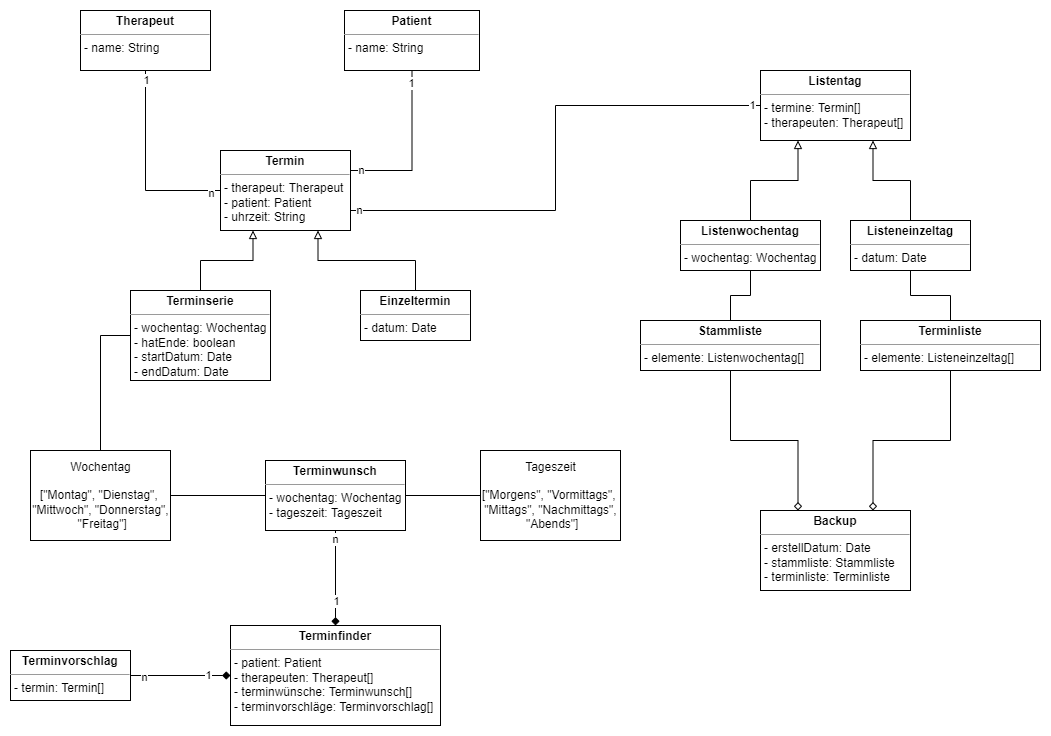
Earlier version of the draw.io export docs/systemarchitecture/Class Model.png (astrutz/physiocalendar). Source tidied: cells renumbered, new cells last; positions are measured from the earlier drawing's top-left corner, leaving out a move shared by most shapes.
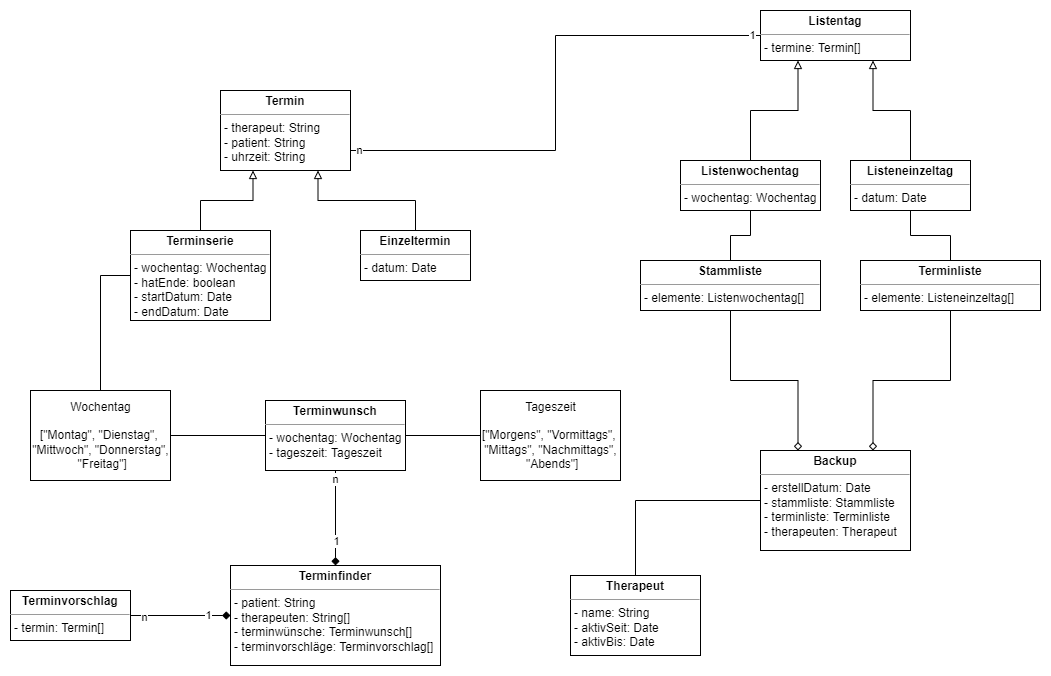
After the change.

What changed in the source:
```diff
@@ -8,15 +8,6 @@
     <mxCell id="3" value="Wochentag&lt;br&gt;&lt;br&gt;[&quot;Montag&quot;, &quot;Dienstag&quot;, &lt;br&gt;&quot;Mittwoch&quot;, &quot;Donnerstag&quot;,&lt;br&gt;&amp;nbsp;&quot;Freitag&quot;]" style="html=1;align=center;verticalAlign=middle;rounded=0;absoluteArcSize=1;arcSize=10;dashed=0;" parent="1" vertex="1">
       <mxGeometry x="20" y="440" width="140" height="90" as="geometry" />
     </mxCell>
-    <mxCell id="4" style="edgeStyle=orthogonalEdgeStyle;rounded=0;jettySize=auto;html=1;exitX=1;exitY=0.25;exitDx=0;exitDy=0;entryX=0.5;entryY=1;entryDx=0;entryDy=0;endArrow=none;endFill=0;" parent="1" edge="1" source="12" target="13">
-      <mxGeometry relative="1" as="geometry" />
-    </mxCell>
-    <mxCell id="5" value="n" style="edgeLabel;html=1;align=center;verticalAlign=middle;" parent="4" vertex="1">
-      <mxGeometry x="-0.88" y="1" relative="1" as="geometry" />
-    </mxCell>
-    <mxCell id="6" value="1" style="edgeLabel;html=1;align=center;verticalAlign=middle;" parent="4" vertex="1">
-      <mxGeometry x="0.84" y="1" relative="1" as="geometry" />
-    </mxCell>
     <mxCell id="7" style="edgeStyle=orthogonalEdgeStyle;rounded=0;jettySize=auto;html=1;exitX=0.25;exitY=1;exitDx=0;exitDy=0;entryX=0.5;entryY=0;entryDx=0;entryDy=0;endArrow=none;endFill=0;startArrow=block;startFill=0;" parent="1" edge="1" source="12" target="20">
       <mxGeometry relative="1" as="geometry" />
     </mxCell>
@@ -32,23 +23,11 @@
     <mxCell id="11" value="n" style="edgeLabel;html=1;align=center;verticalAlign=middle;" parent="9" vertex="1">
       <mxGeometry x="-0.97" y="1" relative="1" as="geometry" />
     </mxCell>
-    <mxCell id="12" value="&lt;p style=&quot;margin: 0px ; margin-top: 4px ; text-align: center&quot;&gt;&lt;b&gt;Termin&lt;/b&gt;&lt;/p&gt;&lt;hr size=&quot;1&quot;&gt;&lt;p style=&quot;margin: 0px ; margin-left: 4px&quot;&gt;- therapeut: Therapeut&lt;/p&gt;&lt;p style=&quot;margin: 0px ; margin-left: 4px&quot;&gt;- patient: Patient&lt;/p&gt;&lt;p style=&quot;margin: 0px ; margin-left: 4px&quot;&gt;- uhrzeit: String&lt;/p&gt;&lt;p style=&quot;margin: 0px ; margin-left: 4px&quot;&gt;&lt;br&gt;&lt;/p&gt;" style="verticalAlign=top;align=left;overflow=fill;fontSize=12;fontFamily=Helvetica;html=1;" parent="1" vertex="1">
+    <mxCell id="12" value="&lt;p style=&quot;margin: 0px ; margin-top: 4px ; text-align: center&quot;&gt;&lt;b&gt;Termin&lt;/b&gt;&lt;/p&gt;&lt;hr size=&quot;1&quot;&gt;&lt;p style=&quot;margin: 0px ; margin-left: 4px&quot;&gt;- therapeut: String&lt;/p&gt;&lt;p style=&quot;margin: 0px ; margin-left: 4px&quot;&gt;- patient: String&lt;/p&gt;&lt;p style=&quot;margin: 0px ; margin-left: 4px&quot;&gt;- uhrzeit: String&lt;/p&gt;&lt;p style=&quot;margin: 0px ; margin-left: 4px&quot;&gt;&lt;br&gt;&lt;/p&gt;" style="verticalAlign=top;align=left;overflow=fill;fontSize=12;fontFamily=Helvetica;html=1;" parent="1" vertex="1">
       <mxGeometry x="210" y="140" width="130" height="80" as="geometry" />
     </mxCell>
-    <mxCell id="13" value="&lt;p style=&quot;margin: 0px ; margin-top: 4px ; text-align: center&quot;&gt;&lt;b&gt;Patient&lt;/b&gt;&lt;/p&gt;&lt;hr size=&quot;1&quot;&gt;&lt;p style=&quot;margin: 0px ; margin-left: 4px&quot;&gt;- name: String&lt;/p&gt;" style="verticalAlign=top;align=left;overflow=fill;fontSize=12;fontFamily=Helvetica;html=1;" parent="1" vertex="1">
-      <mxGeometry x="334" width="135" height="60" as="geometry" />
-    </mxCell>
-    <mxCell id="14" style="edgeStyle=orthogonalEdgeStyle;rounded=0;jettySize=auto;html=1;exitX=0.5;exitY=1;exitDx=0;exitDy=0;entryX=0;entryY=0.5;entryDx=0;entryDy=0;endArrow=none;endFill=0;" parent="1" edge="1" source="17" target="12">
-      <mxGeometry relative="1" as="geometry" />
-    </mxCell>
-    <mxCell id="15" value="1" style="edgeLabel;html=1;align=center;verticalAlign=middle;" parent="14" vertex="1">
-      <mxGeometry x="-0.9" relative="1" as="geometry" />
-    </mxCell>
-    <mxCell id="16" value="n" style="edgeLabel;html=1;align=center;verticalAlign=middle;" parent="14" vertex="1">
-      <mxGeometry x="0.9" y="-2" relative="1" as="geometry" />
-    </mxCell>
-    <mxCell id="17" value="&lt;p style=&quot;margin: 0px ; margin-top: 4px ; text-align: center&quot;&gt;&lt;b&gt;Therapeut&lt;/b&gt;&lt;/p&gt;&lt;hr size=&quot;1&quot;&gt;&lt;p style=&quot;margin: 0px ; margin-left: 4px&quot;&gt;- name: String&lt;/p&gt;&lt;p style=&quot;margin: 0px ; margin-left: 4px&quot;&gt;&lt;br&gt;&lt;/p&gt;" style="verticalAlign=top;align=left;overflow=fill;fontSize=12;fontFamily=Helvetica;html=1;" parent="1" vertex="1">
-      <mxGeometry x="70" width="130" height="60" as="geometry" />
+    <mxCell id="17" value="&lt;p style=&quot;margin: 0px ; margin-top: 4px ; text-align: center&quot;&gt;&lt;b&gt;Therapeut&lt;/b&gt;&lt;/p&gt;&lt;hr size=&quot;1&quot;&gt;&lt;p style=&quot;margin: 0px ; margin-left: 4px&quot;&gt;- name: String&lt;/p&gt;&lt;p style=&quot;margin: 0px ; margin-left: 4px&quot;&gt;- aktivSeit: Date&lt;/p&gt;&lt;p style=&quot;margin: 0px ; margin-left: 4px&quot;&gt;- aktivBis: Date&lt;/p&gt;&lt;p style=&quot;margin: 0px ; margin-left: 4px&quot;&gt;&lt;br&gt;&lt;/p&gt;" style="verticalAlign=top;align=left;overflow=fill;fontSize=12;fontFamily=Helvetica;html=1;" parent="1" vertex="1">
+      <mxGeometry x="560" y="625" width="130" height="80" as="geometry" />
     </mxCell>
     <mxCell id="18" value="&lt;p style=&quot;margin: 0px ; margin-top: 4px ; text-align: center&quot;&gt;&lt;b&gt;Einzeltermin&lt;/b&gt;&lt;/p&gt;&lt;hr size=&quot;1&quot;&gt;&lt;p style=&quot;margin: 0px ; margin-left: 4px&quot;&gt;&lt;span&gt;- datum: Date&lt;/span&gt;&lt;br&gt;&lt;/p&gt;&lt;p style=&quot;margin: 0px ; margin-left: 4px&quot;&gt;&lt;br&gt;&lt;/p&gt;" style="verticalAlign=top;align=left;overflow=fill;fontSize=12;fontFamily=Helvetica;html=1;" parent="1" vertex="1">
       <mxGeometry x="350" y="280" width="110" height="50" as="geometry" />
@@ -79,7 +58,7 @@
     <mxCell id="26" value="Tageszeit&lt;br&gt;&lt;br&gt;[&quot;Morgens&quot;, &quot;Vormittags&quot;, &lt;br&gt;&quot;Mittags&quot;, &quot;Nachmittags&quot;,&lt;br&gt;&amp;nbsp;&quot;Abends&quot;]" style="html=1;align=center;verticalAlign=middle;rounded=0;absoluteArcSize=1;arcSize=10;dashed=0;" parent="1" vertex="1">
       <mxGeometry x="470" y="440" width="140" height="90" as="geometry" />
     </mxCell>
-    <mxCell id="27" value="&lt;p style=&quot;margin: 0px ; margin-top: 4px ; text-align: center&quot;&gt;&lt;b&gt;Terminfinder&lt;/b&gt;&lt;/p&gt;&lt;hr size=&quot;1&quot;&gt;&lt;p style=&quot;margin: 0px ; margin-left: 4px&quot;&gt;&lt;span&gt;- patient: Patient&lt;/span&gt;&lt;/p&gt;&lt;p style=&quot;margin: 0px ; margin-left: 4px&quot;&gt;&lt;span&gt;- therapeuten: Therapeut[]&lt;/span&gt;&lt;/p&gt;&lt;p style=&quot;margin: 0px ; margin-left: 4px&quot;&gt;&lt;span&gt;- terminwünsche: Terminwunsch[]&lt;/span&gt;&lt;/p&gt;&lt;p style=&quot;margin: 0px ; margin-left: 4px&quot;&gt;&lt;span&gt;- terminvorschläge: Terminvorschlag[]&lt;/span&gt;&lt;/p&gt;&lt;p style=&quot;margin: 0px ; margin-left: 4px&quot;&gt;&lt;br&gt;&lt;/p&gt;" style="verticalAlign=top;align=left;overflow=fill;fontSize=12;fontFamily=Helvetica;html=1;" parent="1" vertex="1">
+    <mxCell id="27" value="&lt;p style=&quot;margin: 0px ; margin-top: 4px ; text-align: center&quot;&gt;&lt;b&gt;Terminfinder&lt;/b&gt;&lt;/p&gt;&lt;hr size=&quot;1&quot;&gt;&lt;p style=&quot;margin: 0px ; margin-left: 4px&quot;&gt;&lt;span&gt;- patient: String&lt;/span&gt;&lt;/p&gt;&lt;p style=&quot;margin: 0px ; margin-left: 4px&quot;&gt;&lt;span&gt;- therapeuten: String[]&lt;/span&gt;&lt;/p&gt;&lt;p style=&quot;margin: 0px ; margin-left: 4px&quot;&gt;&lt;span&gt;- terminwünsche: Terminwunsch[]&lt;/span&gt;&lt;/p&gt;&lt;p style=&quot;margin: 0px ; margin-left: 4px&quot;&gt;&lt;span&gt;- terminvorschläge: Terminvorschlag[]&lt;/span&gt;&lt;/p&gt;&lt;p style=&quot;margin: 0px ; margin-left: 4px&quot;&gt;&lt;br&gt;&lt;/p&gt;" style="verticalAlign=top;align=left;overflow=fill;fontSize=12;fontFamily=Helvetica;html=1;" parent="1" vertex="1">
       <mxGeometry x="220" y="615" width="210" height="100" as="geometry" />
     </mxCell>
     <mxCell id="28" style="edgeStyle=orthogonalEdgeStyle;rounded=0;jettySize=auto;html=1;exitX=1;exitY=0.5;exitDx=0;exitDy=0;entryX=0;entryY=0.5;entryDx=0;entryDy=0;startArrow=none;startFill=0;endArrow=diamond;endFill=1;" parent="1" edge="1" source="31" target="27">
@@ -104,8 +83,8 @@
     <mxCell id="33" style="edgeStyle=orthogonalEdgeStyle;rounded=0;jettySize=auto;html=1;exitX=0.25;exitY=1;exitDx=0;exitDy=0;entryX=0.5;entryY=0;entryDx=0;entryDy=0;startArrow=block;startFill=0;endArrow=none;endFill=0;" parent="1" edge="1" source="34" target="36">
       <mxGeometry relative="1" as="geometry" />
     </mxCell>
-    <mxCell id="34" value="&lt;p style=&quot;margin: 0px ; margin-top: 4px ; text-align: center&quot;&gt;&lt;b&gt;Listentag&lt;/b&gt;&lt;/p&gt;&lt;hr size=&quot;1&quot;&gt;&lt;p style=&quot;margin: 0px ; margin-left: 4px&quot;&gt;&lt;span&gt;- termine: Termin[]&lt;/span&gt;&lt;br&gt;&lt;/p&gt;&lt;p style=&quot;margin: 0px ; margin-left: 4px&quot;&gt;&lt;span&gt;- therapeuten: Therapeut[]&lt;/span&gt;&lt;/p&gt;&lt;p style=&quot;margin: 0px ; margin-left: 4px&quot;&gt;&lt;br&gt;&lt;/p&gt;" style="verticalAlign=top;align=left;overflow=fill;fontSize=12;fontFamily=Helvetica;html=1;" parent="1" vertex="1">
-      <mxGeometry x="750" y="60" width="150" height="70" as="geometry" />
+    <mxCell id="34" value="&lt;p style=&quot;margin: 0px ; margin-top: 4px ; text-align: center&quot;&gt;&lt;b&gt;Listentag&lt;/b&gt;&lt;/p&gt;&lt;hr size=&quot;1&quot;&gt;&lt;p style=&quot;margin: 0px ; margin-left: 4px&quot;&gt;&lt;span&gt;- termine: Termin[]&lt;/span&gt;&lt;/p&gt;&lt;p style=&quot;margin: 0px ; margin-left: 4px&quot;&gt;&lt;br&gt;&lt;/p&gt;" style="verticalAlign=top;align=left;overflow=fill;fontSize=12;fontFamily=Helvetica;html=1;" parent="1" vertex="1">
+      <mxGeometry x="750" y="60" width="150" height="50" as="geometry" />
     </mxCell>
     <mxCell id="35" style="edgeStyle=orthogonalEdgeStyle;rounded=0;jettySize=auto;html=1;exitX=0.5;exitY=1;exitDx=0;exitDy=0;entryX=0.5;entryY=0;entryDx=0;entryDy=0;startArrow=none;startFill=0;endArrow=none;endFill=0;" parent="1" edge="1" source="36" target="39">
       <mxGeometry relative="1" as="geometry" />
@@ -131,8 +110,11 @@
     <mxCell id="42" value="&lt;p style=&quot;margin: 0px ; margin-top: 4px ; text-align: center&quot;&gt;&lt;b&gt;Terminliste&lt;/b&gt;&lt;/p&gt;&lt;hr size=&quot;1&quot;&gt;&lt;p style=&quot;margin: 0px ; margin-left: 4px&quot;&gt;&lt;span&gt;- elemente: Listeneinzeltag[]&lt;/span&gt;&lt;/p&gt;&lt;p style=&quot;margin: 0px ; margin-left: 4px&quot;&gt;&lt;br&gt;&lt;/p&gt;" style="verticalAlign=top;align=left;overflow=fill;fontSize=12;fontFamily=Helvetica;html=1;" parent="1" vertex="1">
       <mxGeometry x="850" y="310" width="180" height="50" as="geometry" />
     </mxCell>
+    <mxCell id="44" style="edgeStyle=orthogonalEdgeStyle;rounded=0;jettySize=auto;html=1;exitX=0;exitY=0.5;exitDx=0;exitDy=0;entryX=0.5;entryY=0;entryDx=0;entryDy=0;endArrow=none;endFill=0;" parent="1" edge="1" source="43" target="17">
+      <mxGeometry relative="1" as="geometry" />
+    </mxCell>
-    <mxCell id="43" value="&lt;p style=&quot;margin: 0px ; margin-top: 4px ; text-align: center&quot;&gt;&lt;b&gt;Backup&lt;/b&gt;&lt;/p&gt;&lt;hr size=&quot;1&quot;&gt;&lt;p style=&quot;margin: 0px ; margin-left: 4px&quot;&gt;&lt;span&gt;- erstellDatum: Date&lt;/span&gt;&lt;br&gt;&lt;/p&gt;&lt;p style=&quot;margin: 0px ; margin-left: 4px&quot;&gt;&lt;span&gt;- stammliste: Stammliste&lt;/span&gt;&lt;/p&gt;&lt;p style=&quot;margin: 0px ; margin-left: 4px&quot;&gt;&lt;span&gt;- terminliste: Terminliste&lt;/span&gt;&lt;/p&gt;&lt;p style=&quot;margin: 0px ; margin-left: 4px&quot;&gt;&lt;br&gt;&lt;/p&gt;" style="verticalAlign=top;align=left;overflow=fill;fontSize=12;fontFamily=Helvetica;html=1;" parent="1" vertex="1">
-      <mxGeometry x="750" y="500" width="150" height="80" as="geometry" />
+    <mxCell id="43" value="&lt;p style=&quot;margin: 0px ; margin-top: 4px ; text-align: center&quot;&gt;&lt;b&gt;Backup&lt;/b&gt;&lt;/p&gt;&lt;hr size=&quot;1&quot;&gt;&lt;p style=&quot;margin: 0px ; margin-left: 4px&quot;&gt;&lt;span&gt;- erstellDatum: Date&lt;/span&gt;&lt;br&gt;&lt;/p&gt;&lt;p style=&quot;margin: 0px ; margin-left: 4px&quot;&gt;&lt;span&gt;- stammliste: Stammliste&lt;/span&gt;&lt;/p&gt;&lt;p style=&quot;margin: 0px ; margin-left: 4px&quot;&gt;&lt;span&gt;- terminliste: Terminliste&lt;/span&gt;&lt;/p&gt;&lt;p style=&quot;margin: 0px ; margin-left: 4px&quot;&gt;&lt;span&gt;- therapeuten: Therapeut&lt;/span&gt;&lt;/p&gt;&lt;p style=&quot;margin: 0px ; margin-left: 4px&quot;&gt;&lt;br&gt;&lt;/p&gt;" style="verticalAlign=top;align=left;overflow=fill;fontSize=12;fontFamily=Helvetica;html=1;" parent="1" vertex="1">
+      <mxGeometry x="750" y="500" width="150" height="100" as="geometry" />
     </mxCell>
   </root>
 </mxGraphModel>
```
